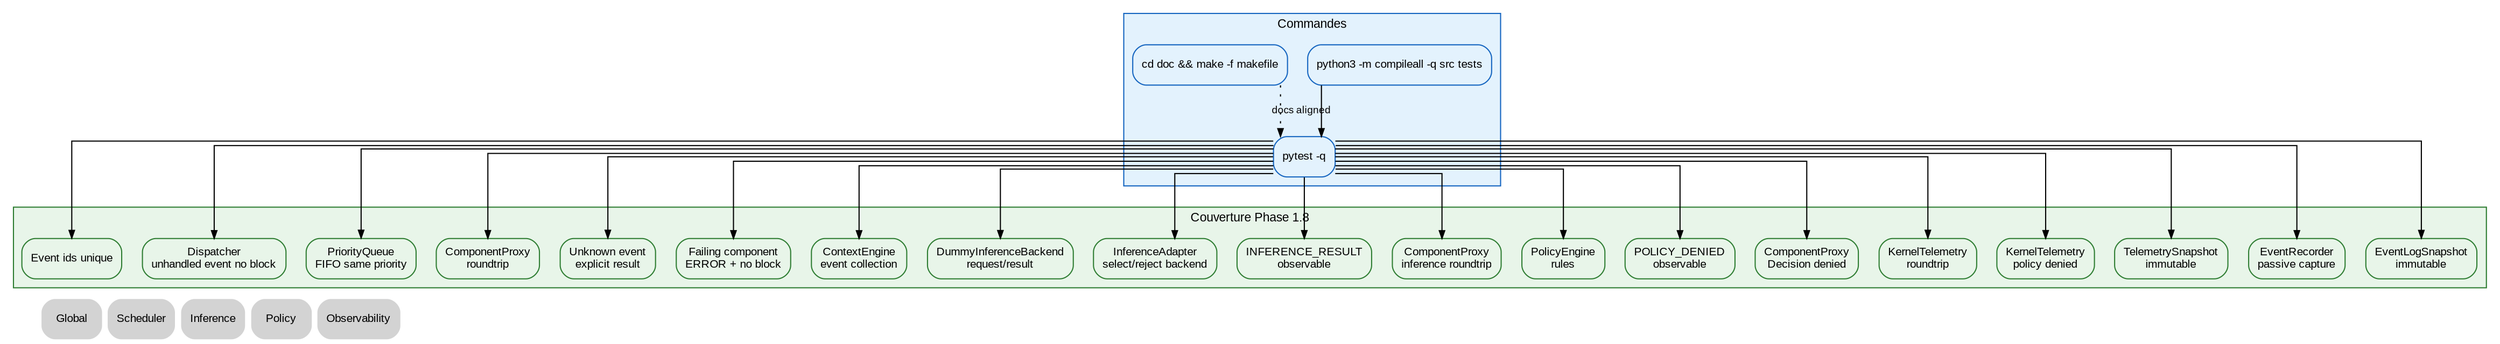
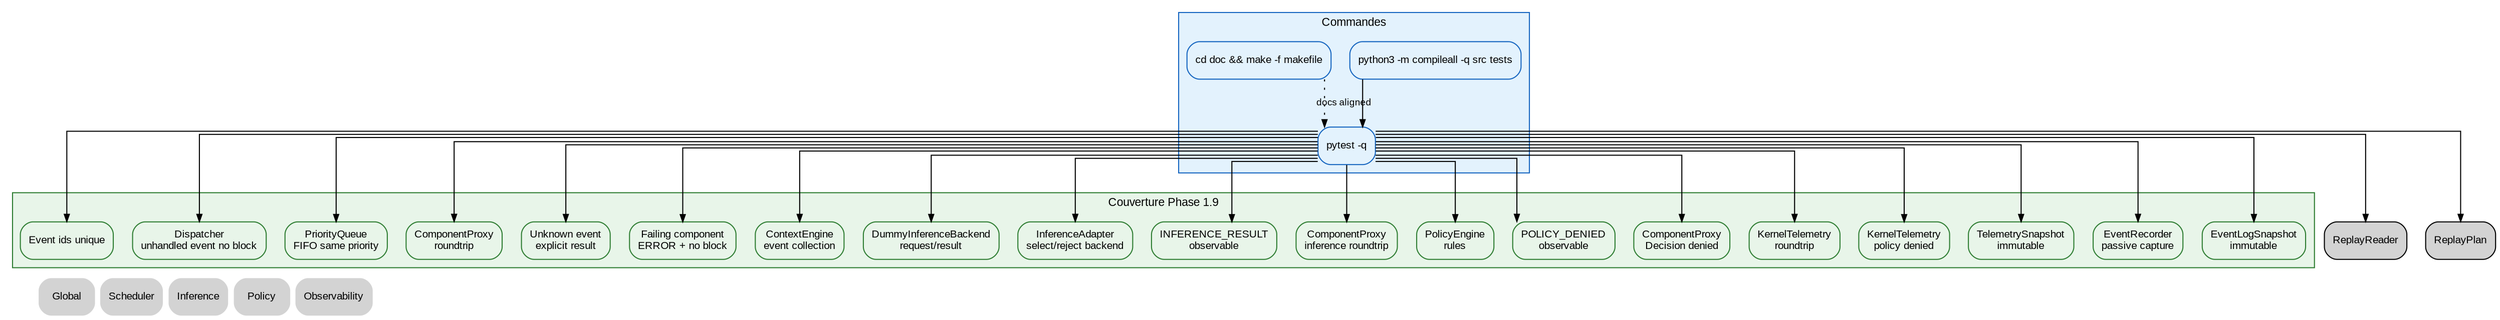
digraph Tests {
    rankdir=TB;
    splines=ortho;

    graph [fontname="Arial", fontsize=11];
    node [shape=box, style="rounded,filled", fontname="Arial", fontsize=10];
    edge [fontname="Arial", fontsize=9, arrowsize=0.7];

-     // ROADMAP_NOTE[phase1_8]:
-     // La couverture ajoute KernelTelemetry et EventRecorder.
-     // Les tests vérifient les compteurs
-     // enqueue/dequeue/dispatch, le refus policy sans queueing, les snapshots
-     // immuables et les latences non négatives.
+     // ROADMAP_NOTE[phase1_9]:
+     // La couverture ajoute ReplayReader.
+     // Les tests vérifient lecture, filtrage, EventTypes ordonnés,
+     // ReplayPlan contrôlé et immuable.

    subgraph cluster_commands {
        label="Commandes";
        color="#1565c0";
        bgcolor="#e3f2fd";
        node [fillcolor="#e3f2fd", color="#1565c0"];
        Compile [label="python3 -m compileall -q src tests"];
        Pytest [label="pytest -q"];
        Dot [label="cd doc && make -f makefile"];
    }

    subgraph cluster_coverage {
-         label="Couverture Phase 1.8";
+         label="Couverture Phase 1.9";
        color="#2e7d32";
        bgcolor="#e8f5e9";
        node [fillcolor="#e8f5e9", color="#2e7d32"];
        EventIds [label="Event ids unique"];
        Dispatcher [label="Dispatcher\nunhandled event no block"];
        Queue [label="PriorityQueue\nFIFO same priority"];
        Proxy [label="ComponentProxy\nroundtrip"];
        Unknown [label="Unknown event\nexplicit result"];
        Failure [label="Failing component\nERROR + no block"];
        Context [label="ContextEngine\nevent collection"];
        Inference [label="DummyInferenceBackend\nrequest/result"];
        InferenceAdapter [label="InferenceAdapter\nselect/reject backend"];
        InferenceObs [label="INFERENCE_RESULT\nobservable"];
        InferenceProxy [label="ComponentProxy\ninference roundtrip"];
        PolicyRules [label="PolicyEngine\nrules"];
        PolicyDenied [label="POLICY_DENIED\nobservable"];
        PolicyProxy [label="ComponentProxy\nDecision denied"];
        TelemetryRoundtrip [label="KernelTelemetry\nroundtrip"];
        TelemetryDenied [label="KernelTelemetry\npolicy denied"];
        TelemetrySnapshot [label="TelemetrySnapshot\nimmutable"];
        EventRecorder [label="EventRecorder\npassive capture"];
        EventLogSnapshot [label="EventLogSnapshot\nimmutable"];
    }

    Compile -> Pytest;
    Pytest -> EventIds;
    Pytest -> Dispatcher;
    Pytest -> Queue;
    Pytest -> Proxy;
    Pytest -> Unknown;
    Pytest -> Failure;
    Pytest -> Context;
    Pytest -> Inference;
    Pytest -> InferenceAdapter;
    Pytest -> InferenceObs;
    Pytest -> InferenceProxy;
    Pytest -> PolicyRules;
    Pytest -> PolicyDenied;
    Pytest -> PolicyProxy;
    Pytest -> TelemetryRoundtrip;
    Pytest -> TelemetryDenied;
    Pytest -> TelemetrySnapshot;
    Pytest -> EventRecorder;
    Pytest -> EventLogSnapshot;
+     Pytest -> ReplayReader;
+     Pytest -> ReplayPlan;
    Dot -> Pytest [style=dotted, label="docs aligned"];

    Nav_Global [label="Global", shape=plaintext, URL="../00_global.svg"];
    Nav_Scheduler [label="Scheduler", shape=plaintext, URL="../scheduler/10_scheduler.svg"];
    Nav_Inference [label="Inference", shape=plaintext, URL="../inference/40_inference.svg"];
    Nav_Policy [label="Policy", shape=plaintext, URL="../00_global.svg"];
    Nav_Observability [label="Observability", shape=plaintext, URL="../observability/70_observability.svg"];

    { rank=sink; Nav_Global; Nav_Scheduler; Nav_Inference; Nav_Policy; Nav_Observability; }
}
